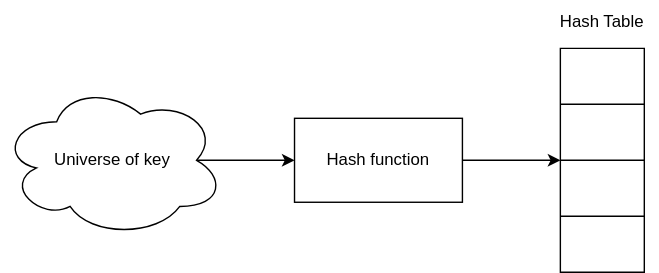
Before: hashing/documention/hashFunction.drawio.svg, a diagram exported from draw.io (ratanlalmourya/geeksforgeeks). Source tidied: cells renumbered, new cells last; positions are measured from the earlier drawing's top-left corner, leaving out a move shared by most shapes. Its diagram source:
```xml
<mxGraphModel>
  <root>
    <mxCell id="0" />
    <mxCell id="1" parent="0" />
    <mxCell id="2" style="edgeStyle=none;html=1;exitX=0.875;exitY=0.5;exitDx=0;exitDy=0;exitPerimeter=0;" parent="1" edge="1" source="3" target="5">
      <mxGeometry relative="1" as="geometry" />
    </mxCell>
    <mxCell id="3" value="Universe of key" style="ellipse;shape=cloud;whiteSpace=wrap;html=1;" parent="1" vertex="1">
      <mxGeometry y="59" width="160" height="110" as="geometry" />
    </mxCell>
    <mxCell id="4" style="edgeStyle=none;html=1;exitX=1;exitY=0.5;exitDx=0;exitDy=0;fontFamily=Helvetica;fontSize=12;fontColor=default;startSize=0;" parent="1" edge="1" source="5">
      <mxGeometry relative="1" as="geometry">
        <mxPoint x="400" y="114" as="targetPoint" />
      </mxGeometry>
    </mxCell>
    <mxCell id="5" value="Hash function" style="rounded=0;whiteSpace=wrap;html=1;" parent="1" vertex="1">
      <mxGeometry x="210" y="84" width="120" height="60" as="geometry" />
    </mxCell>
    <mxCell id="6" style="shape=table;html=1;whiteSpace=wrap;startSize=0;swimlaneLine=1;" parent="1" vertex="1">
      <mxGeometry x="400" y="34" width="60" height="160" as="geometry" />
    </mxCell>
    <mxCell id="7" style="shape=tableRow;horizontal=0;startSize=0;swimlaneHead=0;swimlaneBody=0;top=0;left=0;bottom=0;right=0;fillColor=none;" parent="6" vertex="1">
      <mxGeometry width="60" height="40" as="geometry" />
    </mxCell>
    <mxCell id="8" style="shape=partialRectangle;html=1;whiteSpace=wrap;fillColor=none;top=0;left=0;bottom=0;right=0;overflow=hidden;" parent="7" vertex="1">
      <mxGeometry width="60" height="40" as="geometry" />
    </mxCell>
    <mxCell id="9" style="shape=tableRow;horizontal=0;startSize=0;swimlaneHead=0;swimlaneBody=0;top=0;left=0;bottom=0;right=0;fillColor=none;" parent="6" vertex="1">
      <mxGeometry y="40" width="60" height="40" as="geometry" />
    </mxCell>
    <mxCell id="10" style="shape=partialRectangle;html=1;whiteSpace=wrap;fillColor=none;top=0;left=0;bottom=0;right=0;overflow=hidden;" parent="9" vertex="1">
      <mxGeometry width="60" height="40" as="geometry" />
    </mxCell>
    <mxCell id="11" style="shape=tableRow;horizontal=0;startSize=0;swimlaneHead=0;swimlaneBody=0;top=0;left=0;bottom=0;right=0;fillColor=none;" parent="6" vertex="1">
      <mxGeometry y="80" width="60" height="40" as="geometry" />
    </mxCell>
    <mxCell id="12" style="shape=partialRectangle;html=1;whiteSpace=wrap;fillColor=none;top=0;left=0;bottom=0;right=0;overflow=hidden;" parent="11" vertex="1">
      <mxGeometry width="60" height="40" as="geometry" />
    </mxCell>
    <mxCell id="13" style="shape=tableRow;horizontal=0;startSize=0;swimlaneHead=0;swimlaneBody=0;top=0;left=0;bottom=0;right=0;fillColor=none;" parent="6" vertex="1">
      <mxGeometry y="120" width="60" height="40" as="geometry" />
    </mxCell>
    <mxCell id="14" style="shape=partialRectangle;html=1;whiteSpace=wrap;fillColor=none;top=0;left=0;bottom=0;right=0;overflow=hidden;" parent="13" vertex="1">
      <mxGeometry width="60" height="40" as="geometry" />
    </mxCell>
    <mxCell id="15" value="Hash Table" style="text;html=1;strokeColor=none;fillColor=none;align=center;verticalAlign=middle;whiteSpace=wrap;rounded=0;fontFamily=Helvetica;fontSize=12;fontColor=default;startSize=0;" parent="1" vertex="1">
      <mxGeometry x="390" width="80" height="30" as="geometry" />
    </mxCell>
  </root>
</mxGraphModel>
```
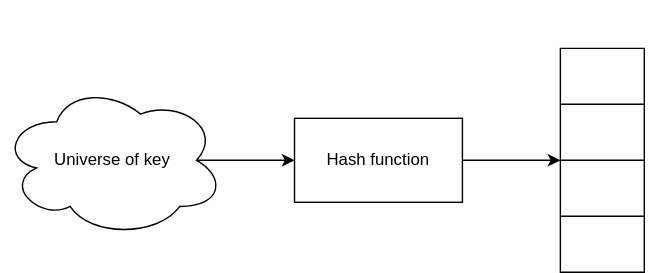
Above is the later version.

Change to the diagram source:
```diff
@@ -43,7 +43,7 @@
     <mxCell id="14" style="shape=partialRectangle;html=1;whiteSpace=wrap;fillColor=none;top=0;left=0;bottom=0;right=0;overflow=hidden;" parent="13" vertex="1">
       <mxGeometry width="60" height="40" as="geometry" />
     </mxCell>
-    <mxCell id="15" value="Hash Table" style="text;html=1;strokeColor=none;fillColor=none;align=center;verticalAlign=middle;whiteSpace=wrap;rounded=0;fontFamily=Helvetica;fontSize=12;fontColor=default;startSize=0;" parent="1" vertex="1">
+    <mxCell id="15" value="Hash Table" style="text;html=1;strokeColor=none;fillColor=none;align=center;verticalAlign=middle;whiteSpace=wrap;rounded=0;fontFamily=Helvetica;fontSize=12;fontColor=#FFFFFF;startSize=0;labelBackgroundColor=none;" parent="1" vertex="1">
       <mxGeometry x="390" width="80" height="30" as="geometry" />
     </mxCell>
   </root>
```
